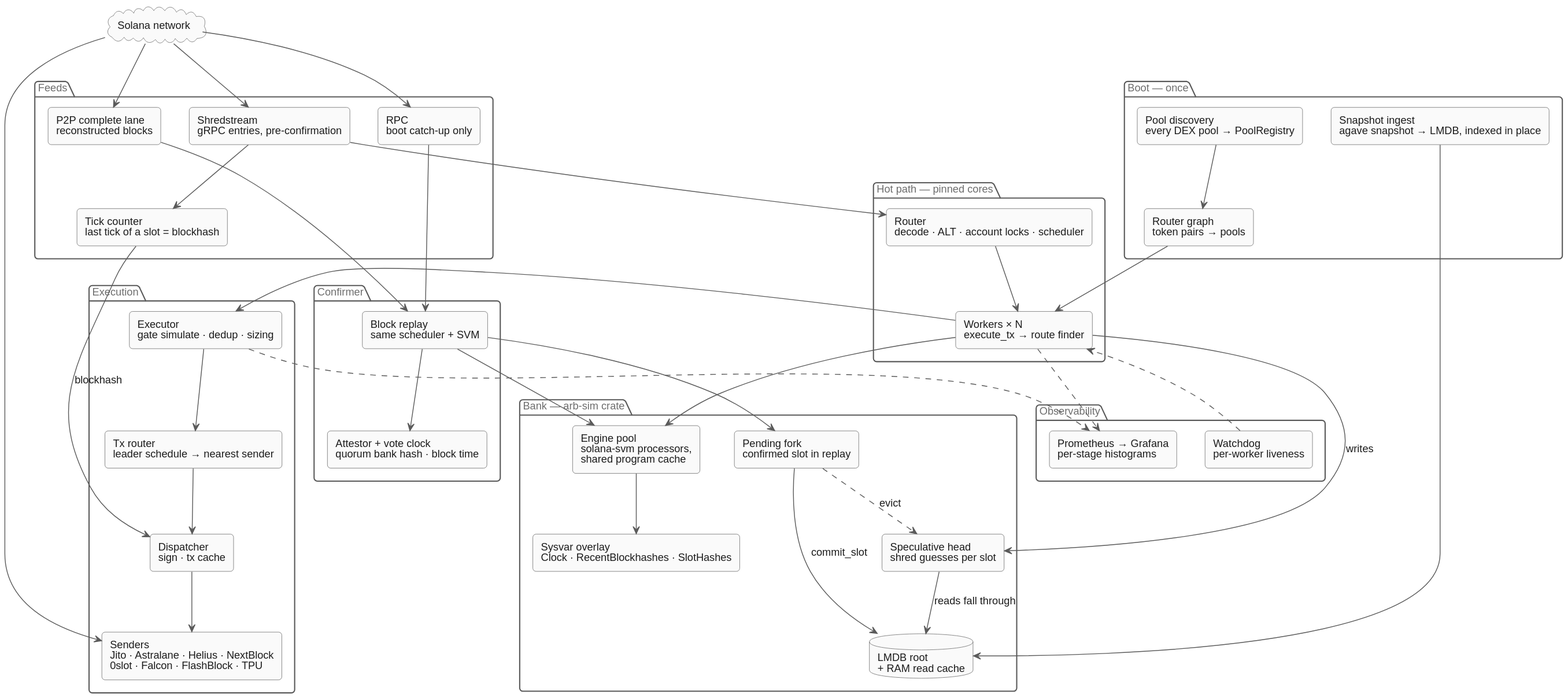
VladyslavHontar/portfolio keeps this PlantUML diagram as img/projects/Lumen/diagrams/system-light.svg. Above is the earlier version.
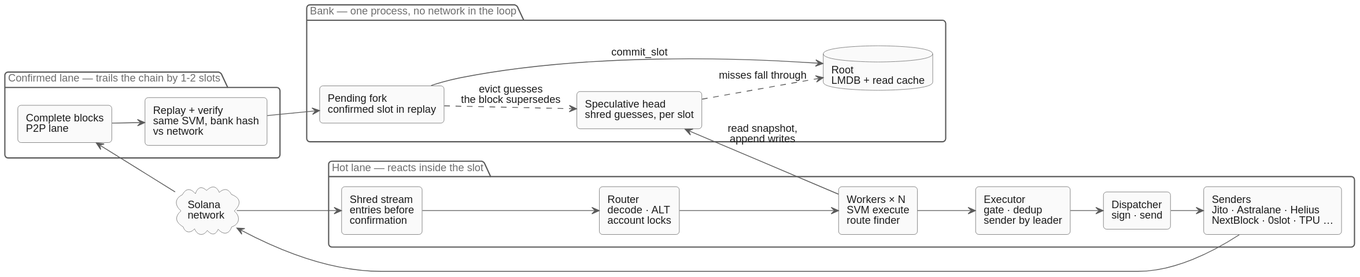
After the commit.

Commit message:
Lumen: system diagram redrawn as one flow — hot lane, confirmed lane, one bank

The edit, as a diff of the source:
```diff
@@ -33,79 +33,46 @@
   BorderColor #5a5a5a
   FontColor #1b1b1b
 }
+skinparam nodesep 30
+skinparam ranksep 40
+left to right direction
 
-cloud "Solana network" as net
+cloud "Solana\nnetwork" as net
 
-package "Feeds" {
-  rectangle "Shredstream\ngRPC entries, pre-confirmation" as shred
-  rectangle "P2P complete lane\nreconstructed blocks" as p2p
-  rectangle "RPC\nboot catch-up only" as rpc
-  rectangle "Tick counter\nlast tick of a slot = blockhash" as tick
+package "Hot lane — reacts inside the slot" {
+  rectangle "Shred stream\nentries before\nconfirmation" as shreds
+  rectangle "Router\ndecode · ALT\naccount locks" as router
+  rectangle "Workers × N\nSVM execute\nroute finder" as workers
+  rectangle "Executor\ngate · dedup\nsender by leader" as exec
+  rectangle "Dispatcher\nsign · send" as disp
+  rectangle "Senders\nJito · Astralane · Helius\nNextBlock · 0slot · TPU …" as senders
 }
 
-package "Boot — once" {
-  rectangle "Snapshot ingest\nagave snapshot → LMDB, indexed in place" as ingest
-  rectangle "Pool discovery\nevery DEX pool → PoolRegistry" as disc
-  rectangle "Router graph\ntoken pairs → pools" as graph
+package "Bank — one process, no network in the loop" {
+  rectangle "Speculative head\nshred guesses, per slot" as spec
+  rectangle "Pending fork\nconfirmed slot in replay" as pending
+  database "Root\nLMDB + read cache" as root
 }
 
-package "Bank — arb-sim crate" {
-  database "LMDB root\n+ RAM read cache" as root
-  rectangle "Speculative head\nshred guesses per slot" as spec
-  rectangle "Pending fork\nconfirmed slot in replay" as pending
-  rectangle "Engine pool\nsolana-svm processors,\nshared program cache" as engines
-  rectangle "Sysvar overlay\nClock · RecentBlockhashes · SlotHashes" as sysvars
+package "Confirmed lane — trails the chain by 1-2 slots" {
+  rectangle "Complete blocks\nP2P lane" as blocks
+  rectangle "Replay + verify\nsame SVM, bank hash\nvs network" as replay
 }
 
-package "Hot path — pinned cores" {
-  rectangle "Router\ndecode · ALT · account locks · scheduler" as router
-  rectangle "Workers × N\nexecute_tx → route finder" as workers
-}
+net --> shreds
+shreds --> router
+router --> workers
+workers --> exec
+exec --> disp
+disp --> senders
+senders --> net
 
-package "Execution" {
-  rectangle "Executor\ngate simulate · dedup · sizing" as exec
-  rectangle "Tx router\nleader schedule → nearest sender" as txr
-  rectangle "Dispatcher\nsign · tx cache" as disp
-  rectangle "Senders\nJito · Astralane · Helius · NextBlock\n0slot · Falcon · FlashBlock · TPU" as senders
-}
+workers -up-> spec : read snapshot,\nappend writes
+spec ..> root : misses fall through
 
-package "Confirmer" {
-  rectangle "Block replay\nsame scheduler + SVM" as replay
-  rectangle "Attestor + vote clock\nquorum bank hash · block time" as attest
-}
-
-package "Observability" {
-  rectangle "Prometheus → Grafana\nper-stage histograms" as metrics
-  rectangle "Watchdog\nper-worker liveness" as wd
-}
-
-net --> shred
-net --> p2p
-net --> rpc
-net --> senders
-shred --> tick
-shred --> router
-router --> workers
-workers --> spec : writes
-spec --> root : reads fall through
-workers --> engines
-workers --> exec
-exec --> txr
-txr --> disp
-disp --> senders
-tick --> disp : blockhash
-p2p --> replay
-rpc --> replay
+net --> blocks
+blocks --> replay
 replay --> pending
-replay --> attest
 pending --> root : commit_slot
-pending -[#5a5a5a,dashed]-> spec : evict
-replay --> engines
-engines --> sysvars
-ingest --> root
-disc --> graph
-graph --> workers
-workers -[#5a5a5a,dashed]-> metrics
-exec -[#5a5a5a,dashed]-> metrics
-wd -[#5a5a5a,dashed]-> workers
+pending ..> spec : evict guesses\nthe block supersedes
 @enduml
```
